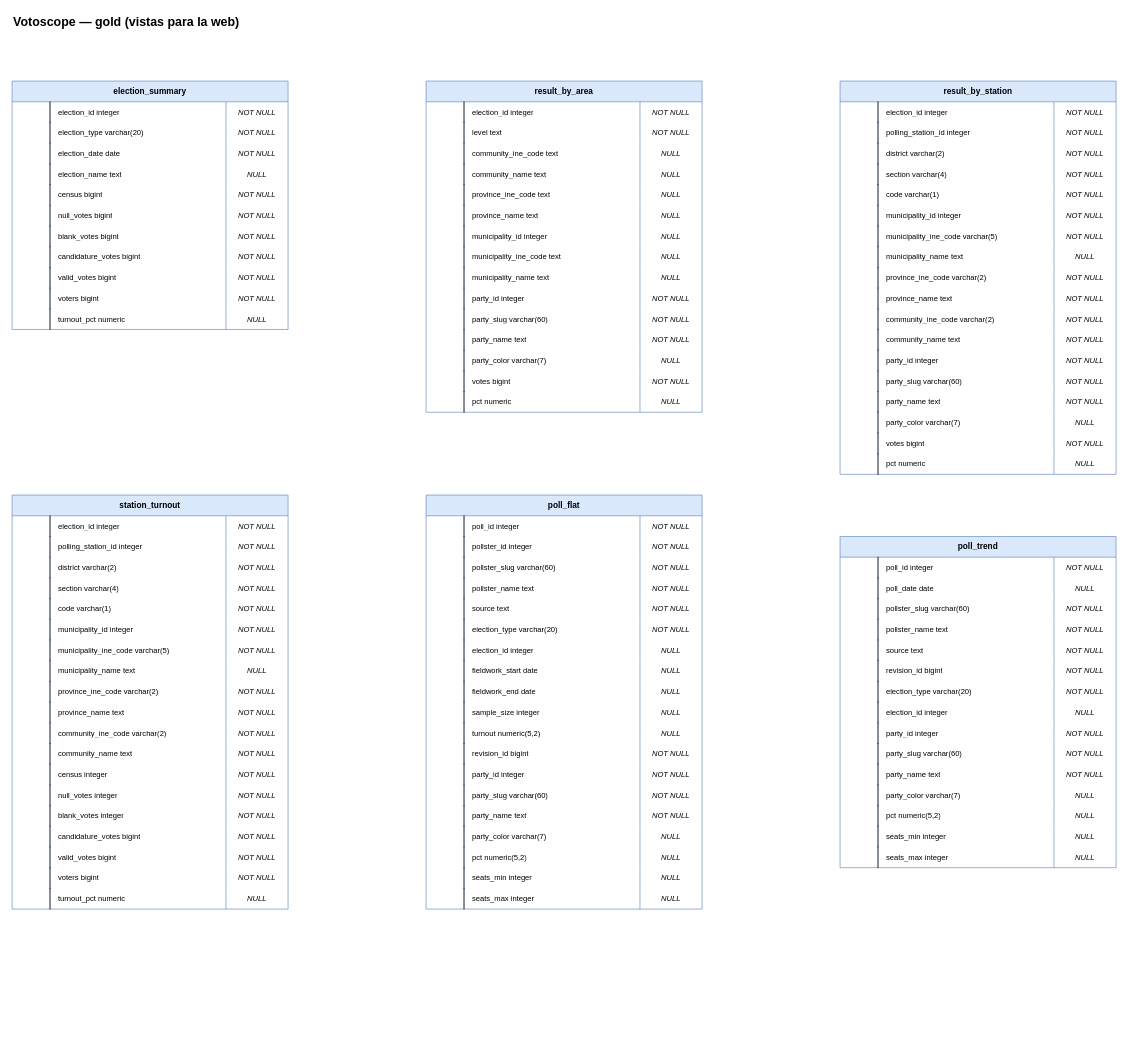
javidevmar/votoscope keeps this draw.io diagram as page "Gold" (5 of 5) of docs/db/schema.drawio. Above is the earlier version. Source tidied: cells renumbered, new cells numbered last; positions are measured from the earlier drawing's top-left corner, leaving out a move shared by most shapes. Both pictures are drawn from the tidied source at 69%, with x=0, y=0 at pixel (12, 12).
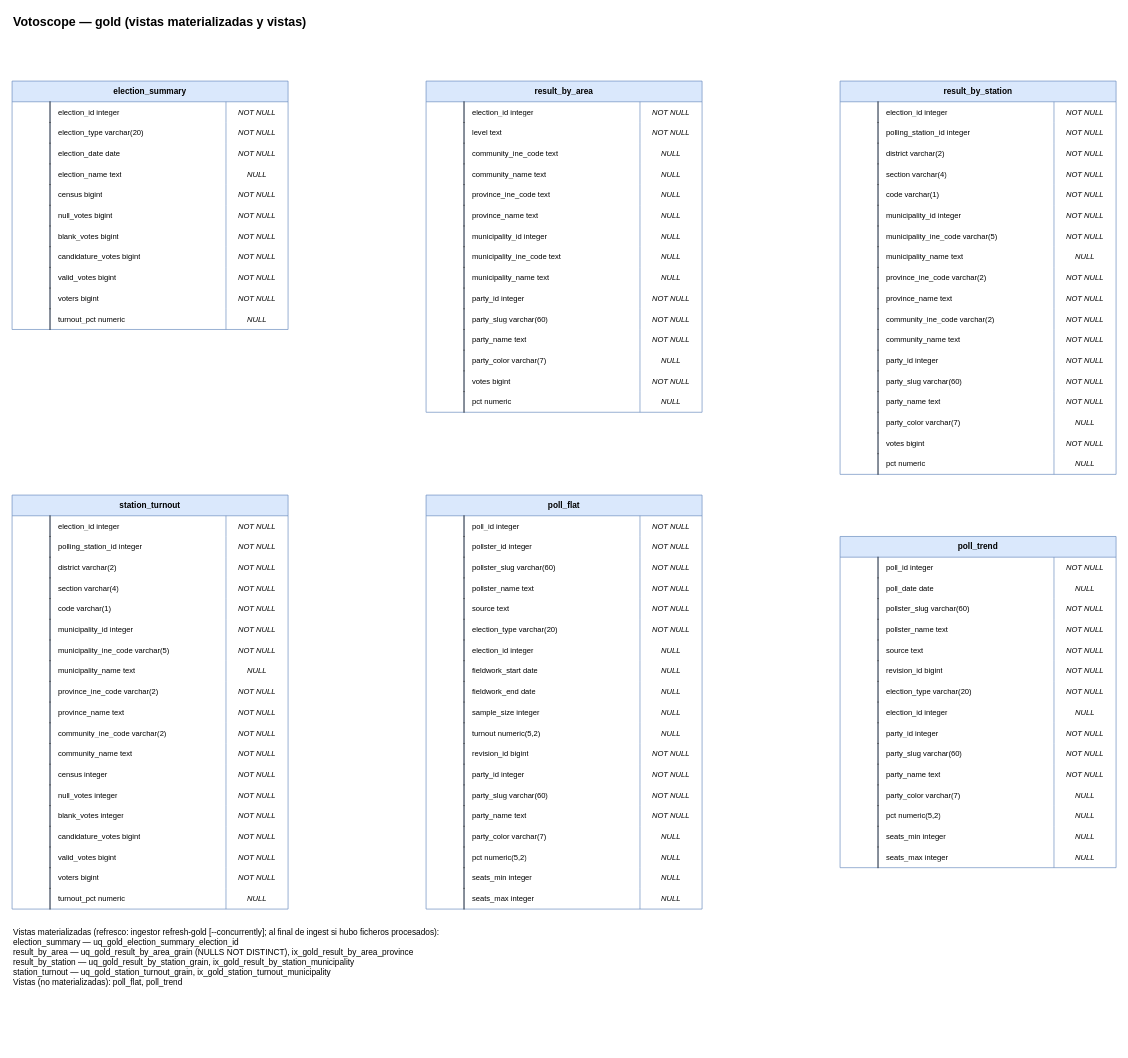
The same page after the edit.

What changed in the source:
```diff
@@
-    <mxCell id="2" value="Votoscope — gold (vistas para la web)" style="text;html=1;fontSize=18;fontStyle=1;align=left;verticalAlign=middle;" parent="1" vertex="1">
+    <mxCell id="2" value="Votoscope — gold (vistas materializadas y vistas)" style="text;html=1;fontSize=18;fontStyle=1;align=left;verticalAlign=middle;" parent="1" vertex="1">
       <mxGeometry width="600" height="30" as="geometry" />
     </mxCell>
+    <mxCell id="397" value="Vistas materializadas (refresco: ingestor refresh-gold [--concurrently]; al final de ingest si hubo ficheros procesados):&#10;election_summary — uq_gold_election_summary_election_id&#10;result_by_area — uq_gold_result_by_area_grain (NULLS NOT DISTINCT), ix_gold_result_by_area_province&#10;result_by_station — uq_gold_result_by_station_grain, ix_gold_result_by_station_municipality&#10;station_turnout — uq_gold_station_turnout_grain, ix_gold_station_turnout_municipality&#10;Vistas (no materializadas): poll_flat, poll_trend" style="text;html=1;align=left;verticalAlign=top;fontSize=12;whiteSpace=wrap;" parent="1" vertex="1">
+      <mxGeometry y="1320" width="1560" height="180" as="geometry" />
+    </mxCell>
```
